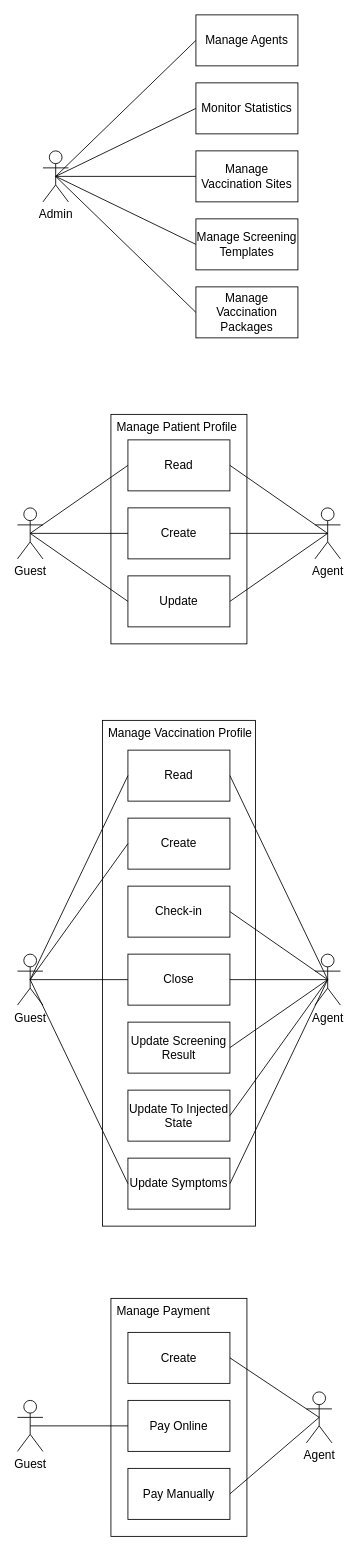
The draw.io diagram page "Usecases" (2 of 3) of docs/design.drawio in censodev/vrms-server, before the edit. Source tidied: cells renumbered, new cells numbered last; positions are measured from the earlier drawing's top-left corner, leaving out a move shared by most shapes. Both pictures are drawn from the tidied source at 85%, with x=0, y=0 at pixel (17, 14).
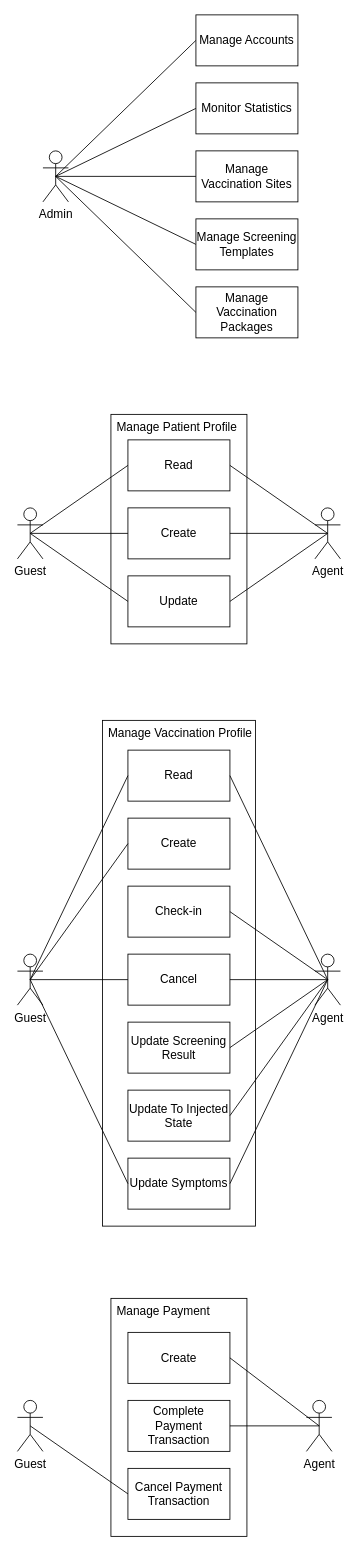
After the change.

What changed in the source:
```diff
@@
-    <mxCell id="20" value="Manage Agents" style="rounded=0;whiteSpace=wrap;html=1;fontSize=14;" parent="1" vertex="1">
+    <mxCell id="20" value="Manage Accounts" style="rounded=0;whiteSpace=wrap;html=1;fontSize=14;" parent="1" vertex="1">
       <mxGeometry x="210" width="120" height="60" as="geometry" />
     </mxCell>
@@
-    <mxCell id="25" value="Close" style="rounded=0;whiteSpace=wrap;html=1;fontSize=14;" parent="1" vertex="1">
+    <mxCell id="25" value="Cancel" style="rounded=0;whiteSpace=wrap;html=1;fontSize=14;" parent="1" vertex="1">
       <mxGeometry x="130" y="1105" width="120" height="60" as="geometry" />
     </mxCell>
@@
-    <mxCell id="47" value="Pay Online" style="rounded=0;whiteSpace=wrap;html=1;fontSize=14;" parent="1" vertex="1">
-      <mxGeometry x="130" y="1630" width="120" height="60" as="geometry" />
-    </mxCell>
-    <mxCell id="48" value="Pay Manually" style="rounded=0;whiteSpace=wrap;html=1;fontSize=14;" parent="1" vertex="1">
-      <mxGeometry x="130" y="1710" width="120" height="60" as="geometry" />
+    <mxCell id="48" value="Complete Payment Transaction" style="rounded=0;whiteSpace=wrap;html=1;fontSize=14;" parent="1" vertex="1">
+      <mxGeometry x="130" y="1630" width="120" height="60" as="geometry" />
     </mxCell>
-    <mxCell id="49" style="edgeStyle=none;rounded=0;jettySize=auto;html=1;exitX=0.5;exitY=0.5;exitDx=0;exitDy=0;exitPerimeter=0;entryX=0;entryY=0.5;entryDx=0;entryDy=0;fontSize=14;endArrow=none;endFill=0;" parent="1" edge="1" source="50" target="47">
-      <mxGeometry relative="1" as="geometry" />
-    </mxCell>
-    <mxCell id="50" value="Guest" style="shape=umlActor;verticalLabelPosition=bottom;verticalAlign=top;html=1;outlineConnect=0;fontSize=14;" parent="1" vertex="1">
-      <mxGeometry y="1630" width="30" height="60" as="geometry" />
-    </mxCell>
@@
     <mxCell id="53" value="Agent" style="shape=umlActor;verticalLabelPosition=bottom;verticalAlign=top;html=1;outlineConnect=0;fontSize=14;" parent="1" vertex="1">
-      <mxGeometry x="340" y="1620" width="30" height="60" as="geometry" />
+      <mxGeometry x="340" y="1630" width="30" height="60" as="geometry" />
     </mxCell>
+    <mxCell id="54" value="Cancel Payment Transaction" style="rounded=0;whiteSpace=wrap;html=1;fontSize=14;" parent="1" vertex="1">
+      <mxGeometry x="130" y="1710" width="120" height="60" as="geometry" />
+    </mxCell>
+    <mxCell id="55" style="rounded=0;jettySize=auto;html=1;exitX=0.5;exitY=0.5;exitDx=0;exitDy=0;exitPerimeter=0;entryX=0;entryY=0.5;entryDx=0;entryDy=0;endArrow=none;endFill=0;" parent="1" edge="1" source="50" target="54">
+      <mxGeometry relative="1" as="geometry" />
+    </mxCell>
+    <mxCell id="50" value="Guest" style="shape=umlActor;verticalLabelPosition=bottom;verticalAlign=top;html=1;outlineConnect=0;fontSize=14;" parent="1" vertex="1">
+      <mxGeometry y="1630" width="30" height="60" as="geometry" />
+    </mxCell>
```
